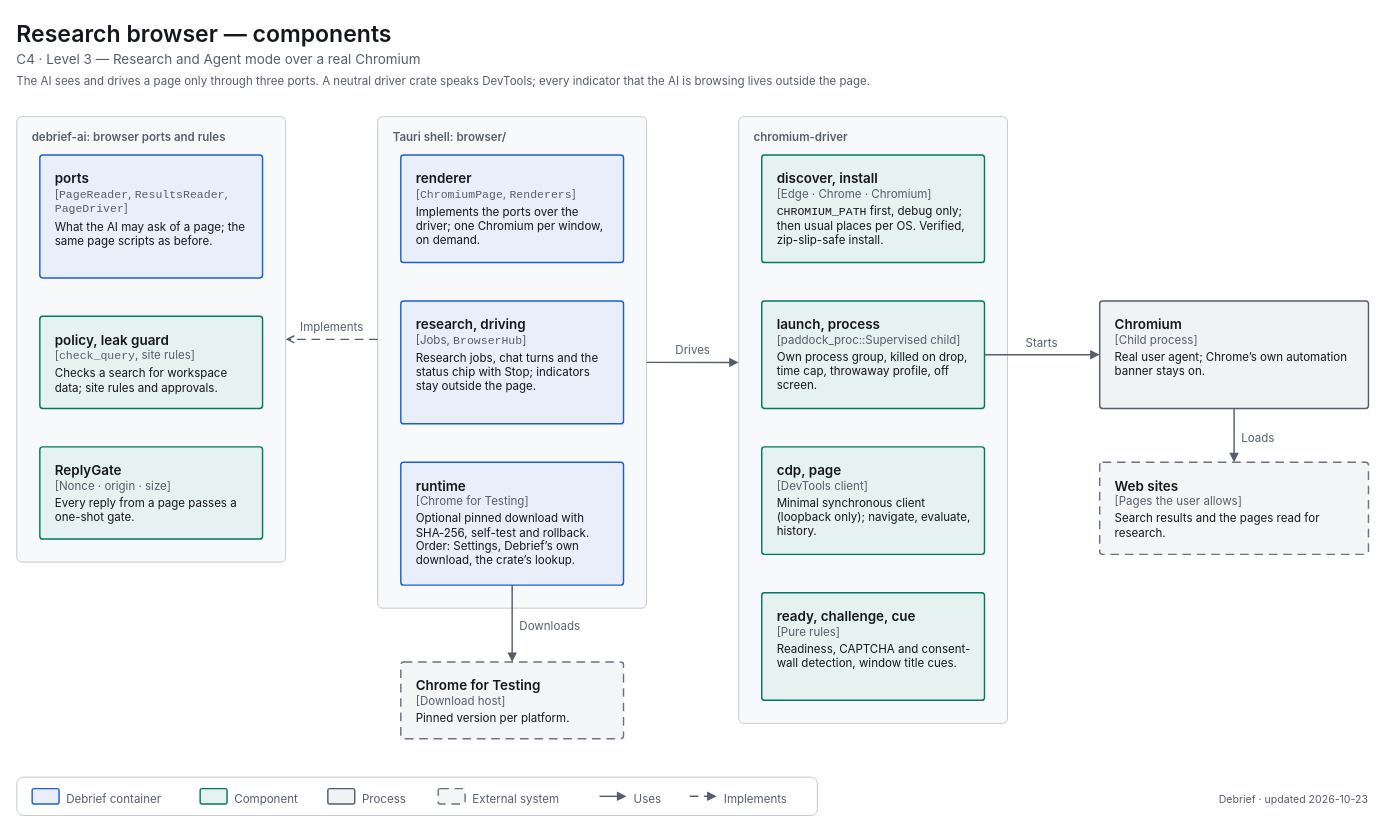
Earlier version of the draw.io diagram apps/debrief/docs/diagrams/c4-3-research-browser.drawio (decryp7/paddock). Source tidied: cells renumbered, new cells numbered last; positions are measured from the earlier drawing's top-left corner, leaving out a move shared by most shapes. Both pictures are drawn from the tidied source at 96%, with x=0, y=0 at pixel (16, 16).
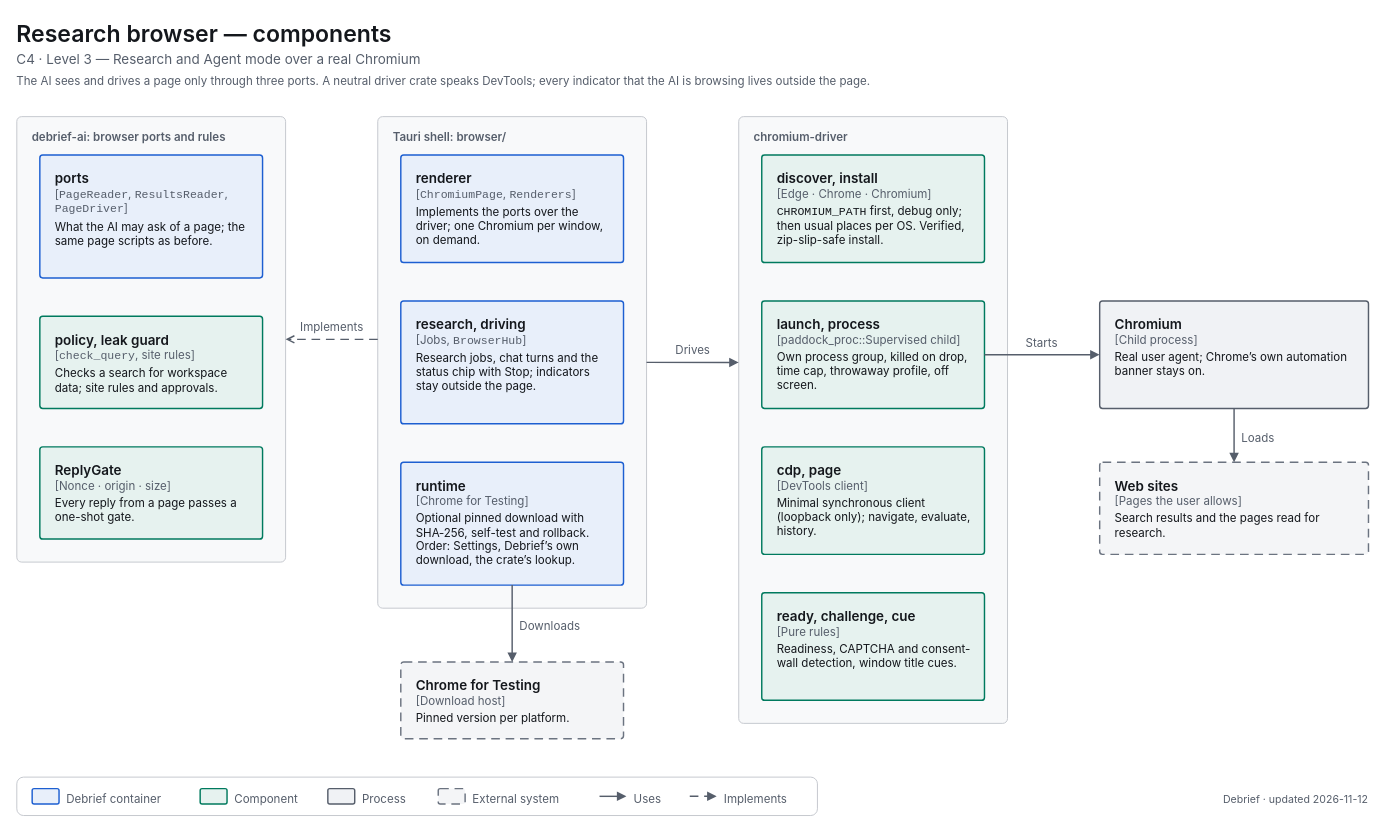
The same diagram, later.

Diff of the diagram source:
```diff
@@
-    <mxCell id="44" value="&lt;span style=&quot;font-size:11px;font-weight:400&quot;&gt;Debrief · updated 2026-10-23&lt;/span&gt;" style="html=1;whiteSpace=wrap;fontFamily=-apple-system,BlinkMacSystemFont,Segoe UI,system-ui,sans-serif;fontSize=12;fontColor=light-dark(#14171C,#ECEEF1);text;strokeColor=none;fillColor=none;align=right;verticalAlign=top;spacing=0;fontColor=light-dark(#565E6B,#A0A7B2);" parent="1" vertex="1">
+    <mxCell id="44" value="&lt;span style=&quot;font-size:11px;font-weight:400&quot;&gt;Debrief · updated 2026-11-12&lt;/span&gt;" style="html=1;whiteSpace=wrap;fontFamily=-apple-system,BlinkMacSystemFont,Segoe UI,system-ui,sans-serif;fontSize=12;fontColor=light-dark(#14171C,#ECEEF1);text;strokeColor=none;fillColor=none;align=right;verticalAlign=top;spacing=0;fontColor=light-dark(#565E6B,#A0A7B2);" parent="1" vertex="1">
       <mxGeometry x="1048" y="803" width="360" height="18" as="geometry" />
     </mxCell>
```
